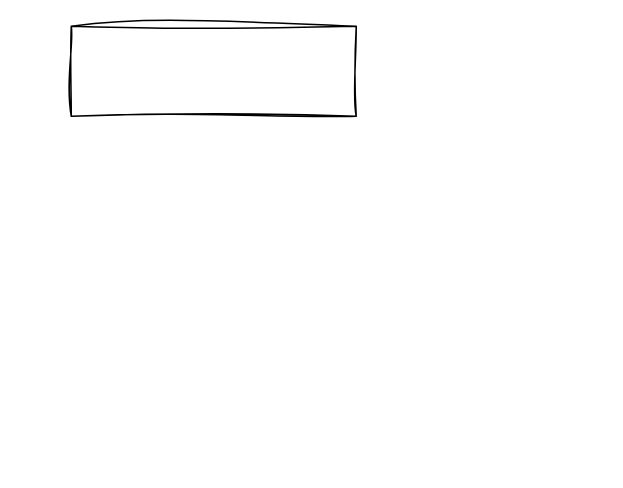
pakaremon/cs107 keeps this draw.io diagram as programing_assignment/SocketSandbox.drawio. Above is the earlier version. Source tidied: cells renumbered, new cells numbered last; positions are measured from the earlier drawing's top-left corner, leaving out a move shared by most shapes. Both pictures are drawn from the tidied source at 150%, with x=0, y=0 at pixel (70, 26).
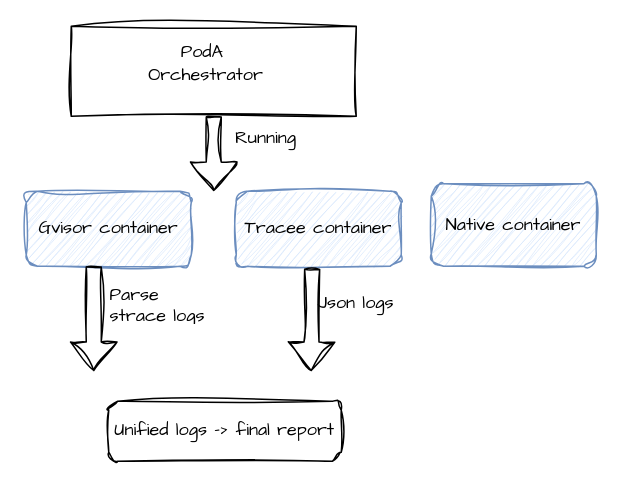
The same page after the edit.

What changed in the source:
```diff
@@
 <mxGraphModel>
   <root>
     <mxCell id="0" />
     <mxCell id="1" parent="0" />
     <mxCell id="2" style="rounded=0;whiteSpace=wrap;html=1;sketch=1;hachureGap=4;jiggle=2;curveFitting=1;fontFamily=Architects Daughter;" parent="1" vertex="1">
       <mxGeometry width="190" height="60" as="geometry" />
     </mxCell>
     <mxCell id="3" style="edgeStyle=orthogonalEdgeStyle;sketch=1;hachureGap=4;jiggle=2;curveFitting=1;orthogonalLoop=1;jettySize=auto;html=1;exitX=0.5;exitY=1;exitDx=0;exitDy=0;fontFamily=Architects Daughter;" parent="1" edge="1" source="2" target="2">
       <mxGeometry relative="1" as="geometry" />
     </mxCell>
+    <mxCell id="4" value="PodA&amp;nbsp;&lt;br&gt;Orchestrator" style="text;html=1;whiteSpace=wrap;strokeColor=none;fillColor=none;align=center;verticalAlign=middle;rounded=0;fontFamily=Architects Daughter;" parent="1" vertex="1">
+      <mxGeometry x="60" y="10" width="60" height="30" as="geometry" />
+    </mxCell>
+    <mxCell id="5" style="shape=flexArrow;endArrow=classic;html=1;sketch=1;hachureGap=4;jiggle=2;curveFitting=1;fontFamily=Architects Daughter;exitX=0.5;exitY=1;exitDx=0;exitDy=0;" parent="1" edge="1" source="2">
+      <mxGeometry relative="1" as="geometry">
+        <mxPoint x="95" y="110" as="targetPoint" />
+      </mxGeometry>
+    </mxCell>
+    <mxCell id="6" value="Gvisor container" style="rounded=1;whiteSpace=wrap;html=1;sketch=1;hachureGap=4;jiggle=2;curveFitting=1;fontFamily=Architects Daughter;fillColor=#dae8fc;strokeColor=#6c8ebf;" parent="1" vertex="1">
+      <mxGeometry x="-30" y="110" width="110" height="50" as="geometry" />
+    </mxCell>
+    <mxCell id="7" value="Tracee container" style="rounded=1;whiteSpace=wrap;html=1;sketch=1;hachureGap=4;jiggle=2;curveFitting=1;fontFamily=Architects Daughter;fillColor=#dae8fc;strokeColor=#6c8ebf;" parent="1" vertex="1">
+      <mxGeometry x="110" y="110" width="110" height="50" as="geometry" />
+    </mxCell>
+    <mxCell id="8" value="Native container" style="rounded=1;whiteSpace=wrap;html=1;sketch=1;hachureGap=4;jiggle=2;curveFitting=1;fontFamily=Architects Daughter;fillColor=#dae8fc;strokeColor=#6c8ebf;" parent="1" vertex="1">
+      <mxGeometry x="240" y="105" width="110" height="55" as="geometry" />
+    </mxCell>
+    <mxCell id="9" style="shape=flexArrow;endArrow=classic;html=1;sketch=1;hachureGap=4;jiggle=2;curveFitting=1;fontFamily=Architects Daughter;exitX=0.5;exitY=1;exitDx=0;exitDy=0;" parent="1" edge="1">
+      <mxGeometry relative="1" as="geometry">
+        <mxPoint x="15" y="160" as="sourcePoint" />
+        <mxPoint x="15" y="230" as="targetPoint" />
+      </mxGeometry>
+    </mxCell>
+    <mxCell id="10" style="shape=flexArrow;endArrow=classic;html=1;sketch=1;hachureGap=4;jiggle=2;curveFitting=1;fontFamily=Architects Daughter;exitX=0.46;exitY=1.031;exitDx=0;exitDy=0;exitPerimeter=0;" parent="1" edge="1" source="7">
+      <mxGeometry relative="1" as="geometry">
+        <mxPoint x="160" y="230" as="targetPoint" />
+      </mxGeometry>
+    </mxCell>
+    <mxCell id="11" value="Parse strace logs" style="text;strokeColor=none;fillColor=none;align=left;verticalAlign=middle;spacingLeft=4;spacingRight=4;overflow=hidden;whiteSpace=wrap;html=1;fontFamily=Architects Daughter;" parent="1" vertex="1">
+      <mxGeometry x="20" y="170" width="80" height="30" as="geometry" />
+    </mxCell>
+    <mxCell id="12" value="Json logs" style="text;html=1;whiteSpace=wrap;strokeColor=none;fillColor=none;align=center;verticalAlign=middle;rounded=0;fontFamily=Architects Daughter;" parent="1" vertex="1">
+      <mxGeometry x="160" y="170" width="60" height="30" as="geometry" />
+    </mxCell>
+    <mxCell id="13" value="Unified logs -&amp;gt; final report" style="rounded=1;whiteSpace=wrap;html=1;sketch=1;hachureGap=4;jiggle=2;curveFitting=1;fontFamily=Architects Daughter;" parent="1" vertex="1">
+      <mxGeometry x="25" y="250" width="155" height="40" as="geometry" />
+    </mxCell>
+    <mxCell id="14" value="Running" style="text;html=1;whiteSpace=wrap;strokeColor=none;fillColor=none;align=center;verticalAlign=middle;rounded=0;fontFamily=Architects Daughter;" parent="1" vertex="1">
+      <mxGeometry x="100" y="60" width="60" height="30" as="geometry" />
+    </mxCell>
   </root>
 </mxGraphModel>
```
